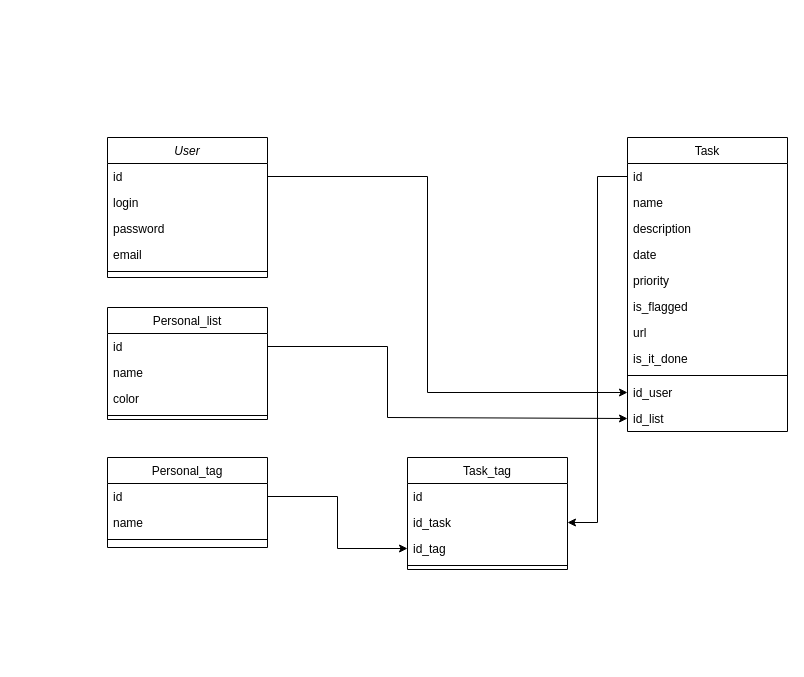
Earlier version of the draw.io diagram laravel-api.drawio (azzimandias/tasker-laravel-api). Source tidied: cells renumbered, new cells numbered last; positions are measured from the earlier drawing's top-left corner, leaving out a move shared by most shapes. Both pictures are drawn from the tidied source at 100%, with x=0, y=0 at pixel (107, 137).
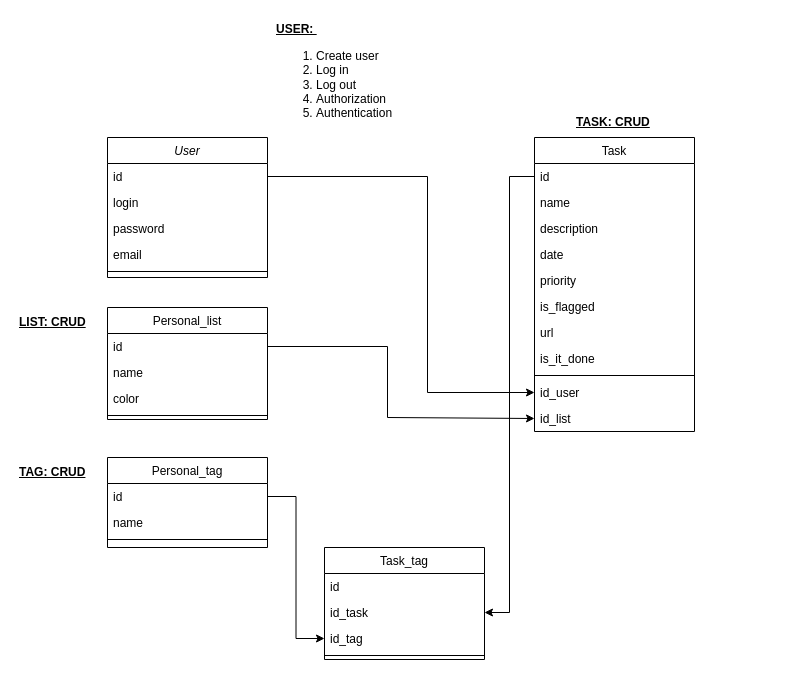
After the change.

What changed in the source:
```diff
@@
     <mxCell id="17" value="Task" style="swimlane;fontStyle=0;align=center;verticalAlign=top;horizontal=1;startSize=26;rounded=0;shadow=0;strokeWidth=1;" parent="1" vertex="1">
-      <mxGeometry x="520" width="160" height="294" as="geometry" />
+      <mxGeometry x="427" width="160" height="294" as="geometry" />
     </mxCell>
@@
     <mxCell id="29" value="Task_tag" style="swimlane;fontStyle=0;align=center;verticalAlign=top;horizontal=1;startSize=26;rounded=0;shadow=0;strokeWidth=1;" parent="1" vertex="1">
-      <mxGeometry x="300" y="320" width="160" height="112" as="geometry" />
+      <mxGeometry x="217" y="410" width="160" height="112" as="geometry" />
     </mxCell>
@@
+    <mxCell id="38" value="&lt;b&gt;&lt;u&gt;USER:&amp;nbsp;&lt;/u&gt;&lt;/b&gt;&lt;br&gt;&lt;ol&gt;&lt;li&gt;Create user&lt;/li&gt;&lt;li&gt;Log in&lt;/li&gt;&lt;li&gt;Log out&lt;/li&gt;&lt;li&gt;Authorization&lt;/li&gt;&lt;li&gt;Authentication&lt;/li&gt;&lt;/ol&gt;" style="text;html=1;align=left;verticalAlign=middle;strokeColor=none;fillColor=none;" parent="1" vertex="1">
+      <mxGeometry x="167" y="-120" width="140" height="120" as="geometry" />
+    </mxCell>
+    <mxCell id="39" value="&lt;b style=&quot;&quot;&gt;&lt;u&gt;LIST: CRUD&lt;br&gt;&lt;/u&gt;&lt;/b&gt;" style="text;html=1;align=left;verticalAlign=middle;strokeColor=none;fillColor=none;" parent="1" vertex="1">
+      <mxGeometry x="-90" y="170" width="90" height="30" as="geometry" />
+    </mxCell>
+    <mxCell id="40" value="&lt;b style=&quot;&quot;&gt;&lt;u&gt;TAG: CRUD&lt;br&gt;&lt;/u&gt;&lt;/b&gt;" style="text;html=1;align=left;verticalAlign=middle;strokeColor=none;fillColor=none;" parent="1" vertex="1">
+      <mxGeometry x="-90" y="320" width="90" height="30" as="geometry" />
+    </mxCell>
+    <mxCell id="41" value="&lt;b style=&quot;&quot;&gt;&lt;u&gt;TASK: CRUD&lt;br&gt;&lt;/u&gt;&lt;/b&gt;" style="text;html=1;align=left;verticalAlign=middle;strokeColor=none;fillColor=none;" parent="1" vertex="1">
+      <mxGeometry x="467" y="-30" width="100" height="30" as="geometry" />
+    </mxCell>
```
